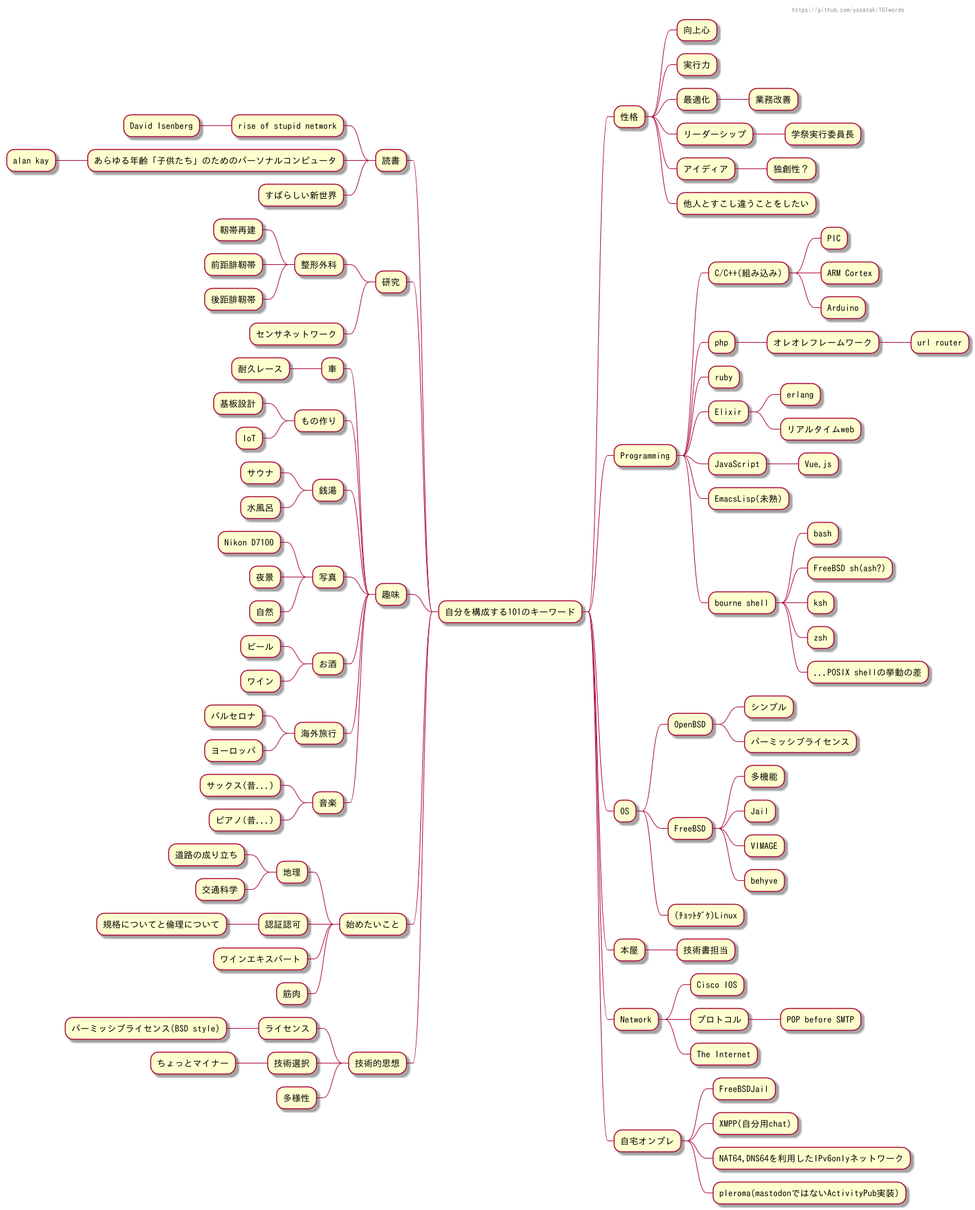
The PlantUML diagram plantuml/mindmap.png in yosatak/101words, before a commit.
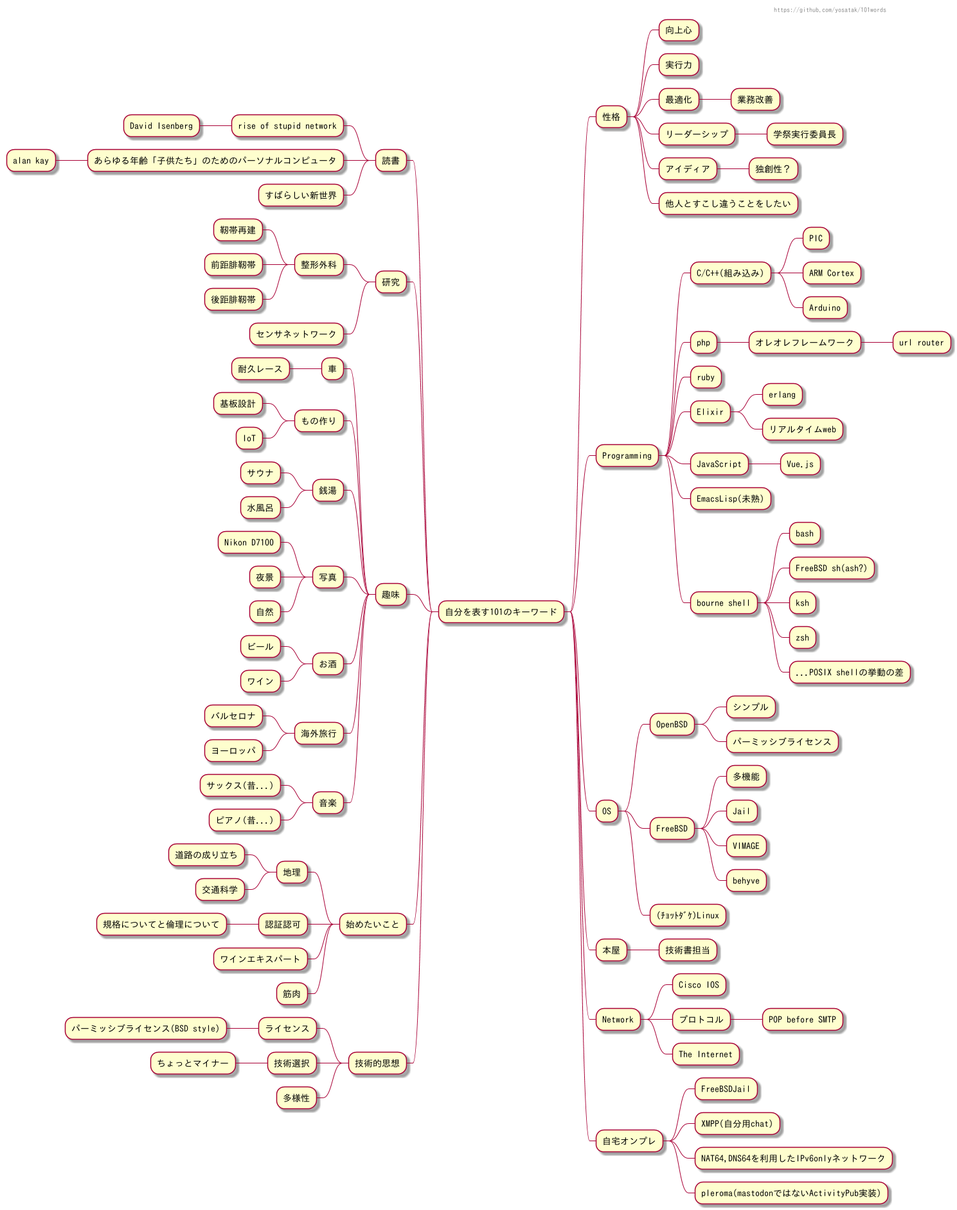
After the commit.

Commit message:
表記ブレの修正 s/自分を構成する/自分を表す/g

The edit, as a diff of the source:
```diff
@@ -1,5 +1,5 @@
 @startmindmap
-* 自分を構成する101のキーワード
+* 自分を表す101のキーワード
 ** 性格
 *** 向上心
 *** 実行力
```
